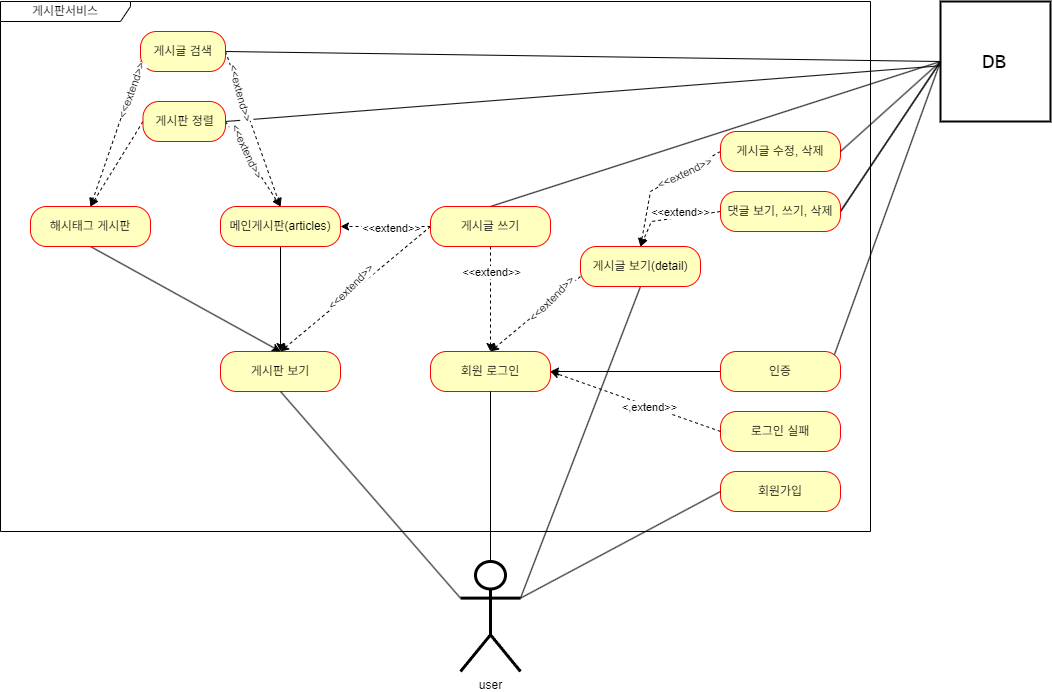
Before: document/use-case.png, a diagram exported from draw.io (MJ0501/board). Source tidied: cells renumbered, new cells last; positions are measured from the earlier drawing's top-left corner, leaving out a move shared by most shapes. Its diagram source:
```xml
<mxGraphModel background="#FFFFFF">
  <root>
    <mxCell id="0" />
    <mxCell id="1" parent="0" />
    <mxCell id="2" value="user" style="shape=umlActor;verticalLabelPosition=bottom;verticalAlign=top;html=1;direction=east;strokeWidth=3;" parent="1" vertex="1">
      <mxGeometry x="460" y="560" width="60" height="110" as="geometry" />
    </mxCell>
    <mxCell id="3" value="게시판서비스" style="shape=umlFrame;whiteSpace=wrap;html=1;width=130;height=20;labelBackgroundColor=default;swimlaneFillColor=#FFFFFF;" parent="1" vertex="1">
      <mxGeometry width="870" height="530" as="geometry" />
    </mxCell>
    <mxCell id="4" value="&lt;font face=&quot;Lucida Console&quot; style=&quot;font-size: 21px;&quot;&gt;DB&lt;/font&gt;" style="html=1;whiteSpace=wrap;strokeWidth=2;" parent="1" vertex="1">
      <mxGeometry x="940" width="110" height="120" as="geometry" />
    </mxCell>
    <mxCell id="5" value="회원가입" style="rounded=1;whiteSpace=wrap;html=1;arcSize=40;fontColor=#000000;fillColor=#ffffc0;strokeColor=#ff0000;" parent="1" vertex="1">
      <mxGeometry x="720" y="470" width="120" height="40" as="geometry" />
    </mxCell>
    <mxCell id="6" style="rounded=0;jettySize=auto;html=1;exitX=0.5;exitY=1;exitDx=0;exitDy=0;entryX=0.5;entryY=0;entryDx=0;entryDy=0;dashed=1;" parent="1" edge="1" source="49" target="13">
      <mxGeometry relative="1" as="geometry" />
    </mxCell>
    <mxCell id="7" value="&amp;lt;&amp;lt;extend&amp;gt;&amp;gt;" style="edgeLabel;html=1;align=center;verticalAlign=middle;" parent="6" vertex="1">
      <mxGeometry x="-0.08" relative="1" as="geometry">
        <mxPoint y="-23" as="offset" />
      </mxGeometry>
    </mxCell>
    <mxCell id="8" value="게시판 보기" style="rounded=1;whiteSpace=wrap;html=1;arcSize=40;fontColor=#000000;fillColor=#ffffc0;strokeColor=#ff0000;" parent="1" vertex="1">
      <mxGeometry x="220" y="350" width="120" height="40" as="geometry" />
    </mxCell>
    <mxCell id="9" style="rounded=0;jettySize=auto;html=1;endArrow=none;endFill=0;entryX=1;entryY=0.3333333333333333;entryDx=0;entryDy=0;entryPerimeter=0;exitX=0.5;exitY=1;exitDx=0;exitDy=0;" parent="1" edge="1" source="12" target="2">
      <mxGeometry relative="1" as="geometry" />
    </mxCell>
    <mxCell id="10" style="rounded=0;jettySize=auto;html=1;exitX=0;exitY=0.75;exitDx=0;exitDy=0;entryX=0.5;entryY=0;entryDx=0;entryDy=0;dashed=1;" parent="1" edge="1" source="12" target="13">
      <mxGeometry relative="1" as="geometry" />
    </mxCell>
    <mxCell id="11" value="&amp;lt;&amp;lt;extend&amp;gt;&amp;gt;" style="edgeLabel;html=1;align=center;verticalAlign=middle;rotation=-45;" parent="10" vertex="1">
      <mxGeometry x="-0.62" y="2" relative="1" as="geometry">
        <mxPoint x="-14" y="7" as="offset" />
      </mxGeometry>
    </mxCell>
    <mxCell id="12" value="게시글 보기(detail)" style="rounded=1;whiteSpace=wrap;html=1;arcSize=40;fontColor=#000000;fillColor=#ffffc0;strokeColor=#ff0000;" parent="1" vertex="1">
      <mxGeometry x="580" y="245" width="120" height="40" as="geometry" />
    </mxCell>
    <mxCell id="13" value="회원 로그인" style="rounded=1;whiteSpace=wrap;html=1;arcSize=40;fontColor=#000000;fillColor=#ffffc0;strokeColor=#ff0000;" parent="1" vertex="1">
      <mxGeometry x="430" y="350" width="120" height="40" as="geometry" />
    </mxCell>
    <mxCell id="14" style="edgeStyle=orthogonalEdgeStyle;rounded=0;jettySize=auto;html=1;entryX=1;entryY=0.5;entryDx=0;entryDy=0;" parent="1" edge="1" source="15" target="13">
      <mxGeometry relative="1" as="geometry" />
    </mxCell>
    <mxCell id="15" value="인증" style="rounded=1;whiteSpace=wrap;html=1;arcSize=40;fontColor=#000000;fillColor=#ffffc0;strokeColor=#ff0000;" parent="1" vertex="1">
      <mxGeometry x="720" y="350" width="120" height="40" as="geometry" />
    </mxCell>
    <mxCell id="16" style="rounded=0;jettySize=auto;html=1;exitX=0.95;exitY=0.075;exitDx=0;exitDy=0;entryX=0;entryY=0.5;entryDx=0;entryDy=0;endArrow=none;endFill=0;exitPerimeter=0;" parent="1" edge="1" source="15" target="4">
      <mxGeometry relative="1" as="geometry" />
    </mxCell>
    <mxCell id="17" value="로그인 실패" style="rounded=1;whiteSpace=wrap;html=1;arcSize=40;fontColor=#000000;fillColor=#ffffc0;strokeColor=#ff0000;" parent="1" vertex="1">
      <mxGeometry x="720" y="410" width="120" height="40" as="geometry" />
    </mxCell>
    <mxCell id="18" style="endArrow=none;html=1;rounded=0;exitX=0;exitY=0.5;exitDx=0;exitDy=0;entryX=1;entryY=0.3333333333333333;entryDx=0;entryDy=0;entryPerimeter=0;" parent="1" edge="1" source="5" target="2">
      <mxGeometry relative="1" as="geometry" />
    </mxCell>
    <mxCell id="19" style="rounded=0;jettySize=auto;html=1;exitX=0;exitY=0.5;exitDx=0;exitDy=0;dashed=1;entryX=1;entryY=0.5;entryDx=0;entryDy=0;" parent="1" edge="1" source="17" target="13">
      <mxGeometry relative="1" as="geometry" />
    </mxCell>
    <mxCell id="20" value="&amp;lt;,extend&amp;gt;&amp;gt;" style="edgeLabel;html=1;align=center;verticalAlign=middle;" parent="19" vertex="1">
      <mxGeometry x="-0.14" y="1" relative="1" as="geometry">
        <mxPoint x="1" as="offset" />
      </mxGeometry>
    </mxCell>
    <mxCell id="21" style="rounded=0;jettySize=auto;html=1;endArrow=none;endFill=0;entryX=0.5;entryY=0;entryDx=0;entryDy=0;entryPerimeter=0;" parent="1" edge="1" source="13" target="2">
      <mxGeometry relative="1" as="geometry" />
    </mxCell>
    <mxCell id="22" style="rounded=0;jettySize=auto;html=1;entryX=0;entryY=0.3333333333333333;entryDx=0;entryDy=0;entryPerimeter=0;endArrow=none;endFill=0;" parent="1" edge="1" target="2">
      <mxGeometry relative="1" as="geometry">
        <mxPoint x="280" y="390" as="sourcePoint" />
      </mxGeometry>
    </mxCell>
    <mxCell id="23" style="rounded=0;jettySize=auto;html=1;entryX=0.5;entryY=0;entryDx=0;entryDy=0;exitX=0.5;exitY=1;exitDx=0;exitDy=0;" parent="1" edge="1" source="24" target="8">
      <mxGeometry relative="1" as="geometry" />
    </mxCell>
    <mxCell id="24" value="해시태그 게시판" style="rounded=1;whiteSpace=wrap;html=1;arcSize=40;fontColor=#000000;fillColor=#ffffc0;strokeColor=#ff0000;" parent="1" vertex="1">
      <mxGeometry x="30" y="205" width="120" height="40" as="geometry" />
    </mxCell>
    <mxCell id="25" style="rounded=0;jettySize=auto;html=1;exitX=0.5;exitY=1;exitDx=0;exitDy=0;entryX=0.5;entryY=0;entryDx=0;entryDy=0;" parent="1" edge="1" source="26" target="8">
      <mxGeometry relative="1" as="geometry" />
    </mxCell>
    <mxCell id="26" value="메인게시판(articles)" style="rounded=1;whiteSpace=wrap;html=1;arcSize=40;fontColor=#000000;fillColor=#ffffc0;strokeColor=#ff0000;" parent="1" vertex="1">
      <mxGeometry x="220" y="205" width="120" height="40" as="geometry" />
    </mxCell>
    <mxCell id="27" style="rounded=0;jettySize=auto;html=1;exitX=0;exitY=0.5;exitDx=0;exitDy=0;dashed=1;entryX=0.5;entryY=0;entryDx=0;entryDy=0;" parent="1" edge="1" source="43" target="12">
      <mxGeometry relative="1" as="geometry">
        <Array as="points">
          <mxPoint x="651" y="220" />
        </Array>
      </mxGeometry>
    </mxCell>
    <mxCell id="28" value="&amp;lt;&amp;lt;extend&amp;gt;&amp;gt;" style="edgeLabel;html=1;align=center;verticalAlign=middle;" parent="27" vertex="1">
      <mxGeometry x="-0.1" y="1" relative="1" as="geometry">
        <mxPoint x="2" y="-7" as="offset" />
      </mxGeometry>
    </mxCell>
    <mxCell id="29" style="rounded=0;jettySize=auto;html=1;exitX=1;exitY=0.5;exitDx=0;exitDy=0;endArrow=none;endFill=0;entryX=0;entryY=0.5;entryDx=0;entryDy=0;" parent="1" edge="1" source="43" target="4">
      <mxGeometry relative="1" as="geometry" />
    </mxCell>
    <mxCell id="30" style="rounded=0;jettySize=auto;html=1;exitX=0;exitY=0.5;exitDx=0;exitDy=0;dashed=1;entryX=0.5;entryY=0;entryDx=0;entryDy=0;" parent="1" edge="1" source="32" target="12">
      <mxGeometry relative="1" as="geometry">
        <Array as="points">
          <mxPoint x="650" y="190" />
        </Array>
      </mxGeometry>
    </mxCell>
    <mxCell id="31" value="&amp;lt;&amp;lt;extend&amp;gt;&amp;gt;" style="edgeLabel;html=1;align=center;verticalAlign=middle;rotation=-25;" parent="30" vertex="1">
      <mxGeometry x="-0.38" relative="1" as="geometry">
        <mxPoint x="1" as="offset" />
      </mxGeometry>
    </mxCell>
    <mxCell id="32" value="게시글 수정, 삭제" style="rounded=1;whiteSpace=wrap;html=1;arcSize=40;fontColor=#000000;fillColor=#ffffc0;strokeColor=#ff0000;" parent="1" vertex="1">
      <mxGeometry x="720" y="130" width="120" height="40" as="geometry" />
    </mxCell>
    <mxCell id="33" style="rounded=0;jettySize=auto;html=1;exitX=1;exitY=0.5;exitDx=0;exitDy=0;entryX=0;entryY=0.5;entryDx=0;entryDy=0;endArrow=none;endFill=0;" parent="1" edge="1" source="32" target="4">
      <mxGeometry relative="1" as="geometry" />
    </mxCell>
    <mxCell id="34" style="rounded=0;jettySize=auto;html=1;exitX=1;exitY=0.5;exitDx=0;exitDy=0;entryX=0.5;entryY=0;entryDx=0;entryDy=0;dashed=1;" parent="1" edge="1" source="52" target="26">
      <mxGeometry relative="1" as="geometry" />
    </mxCell>
    <mxCell id="35" value="&amp;lt;&amp;lt;extend&amp;gt;&amp;gt;" style="edgeLabel;html=1;align=center;verticalAlign=middle;rotation=65;" parent="34" vertex="1">
      <mxGeometry x="0.12" y="2" relative="1" as="geometry">
        <mxPoint x="-11" y="-17" as="offset" />
      </mxGeometry>
    </mxCell>
    <mxCell id="36" style="rounded=0;jettySize=auto;html=1;endArrow=none;endFill=0;exitX=1;exitY=0.5;exitDx=0;exitDy=0;" parent="1" edge="1" source="52" target="4">
      <mxGeometry relative="1" as="geometry" />
    </mxCell>
    <mxCell id="37" style="rounded=0;jettySize=auto;html=1;dashed=1;entryX=0.5;entryY=0;entryDx=0;entryDy=0;exitX=1;exitY=0.5;exitDx=0;exitDy=0;" parent="1" edge="1" source="41" target="26">
      <mxGeometry relative="1" as="geometry" />
    </mxCell>
    <mxCell id="38" value="&amp;lt;&amp;lt;extend&amp;gt;&amp;gt;" style="edgeLabel;html=1;align=center;verticalAlign=middle;rotation=75;" parent="37" vertex="1">
      <mxGeometry x="-0.02" y="2" relative="1" as="geometry">
        <mxPoint x="-14" y="-35" as="offset" />
      </mxGeometry>
    </mxCell>
    <mxCell id="39" style="rounded=0;jettySize=auto;html=1;dashed=1;exitX=0;exitY=0.5;exitDx=0;exitDy=0;entryX=0.5;entryY=0;entryDx=0;entryDy=0;" parent="1" edge="1" source="52" target="24">
      <mxGeometry relative="1" as="geometry" />
    </mxCell>
    <mxCell id="40" style="rounded=0;jettySize=auto;html=1;exitX=1;exitY=0.5;exitDx=0;exitDy=0;entryX=0;entryY=0.5;entryDx=0;entryDy=0;endArrow=none;endFill=0;" parent="1" edge="1" source="41" target="4">
      <mxGeometry relative="1" as="geometry" />
    </mxCell>
    <mxCell id="41" value="게시글 검색" style="rounded=1;whiteSpace=wrap;html=1;arcSize=40;fontColor=#000000;fillColor=#ffffc0;strokeColor=#ff0000;" parent="1" vertex="1">
      <mxGeometry x="140" y="30" width="85" height="40" as="geometry" />
    </mxCell>
    <mxCell id="42" style="rounded=0;jettySize=auto;html=1;exitX=0;exitY=0.5;exitDx=0;exitDy=0;endArrow=none;endFill=0;entryX=1;entryY=0.5;entryDx=0;entryDy=0;" parent="1" edge="1" source="4" target="43">
      <mxGeometry relative="1" as="geometry" />
    </mxCell>
    <mxCell id="43" value="댓글 보기, 쓰기, 삭제" style="rounded=1;whiteSpace=wrap;html=1;arcSize=40;fontColor=#000000;fillColor=#ffffc0;strokeColor=#ff0000;" parent="1" vertex="1">
      <mxGeometry x="720" y="190" width="120" height="40" as="geometry" />
    </mxCell>
    <mxCell id="44" style="rounded=0;jettySize=auto;html=1;dashed=1;" parent="1" edge="1" source="49" target="26">
      <mxGeometry relative="1" as="geometry" />
    </mxCell>
    <mxCell id="45" value="&amp;lt;&amp;lt;extend&amp;gt;&amp;gt;" style="edgeLabel;html=1;align=center;verticalAlign=middle;" parent="44" vertex="1">
      <mxGeometry x="-0.06" y="2" relative="1" as="geometry">
        <mxPoint x="2" y="-1" as="offset" />
      </mxGeometry>
    </mxCell>
    <mxCell id="46" style="rounded=0;jettySize=auto;html=1;exitX=0.5;exitY=0;exitDx=0;exitDy=0;entryX=0;entryY=0.5;entryDx=0;entryDy=0;endArrow=none;endFill=0;" parent="1" edge="1" source="49" target="4">
      <mxGeometry relative="1" as="geometry" />
    </mxCell>
    <mxCell id="47" style="rounded=0;jettySize=auto;html=1;exitX=0;exitY=0.5;exitDx=0;exitDy=0;entryX=0.5;entryY=0;entryDx=0;entryDy=0;dashed=1;" parent="1" edge="1" source="49" target="8">
      <mxGeometry relative="1" as="geometry" />
    </mxCell>
    <mxCell id="48" value="&amp;lt;&amp;lt;extend&amp;gt;&amp;gt;" style="edgeLabel;html=1;align=center;verticalAlign=middle;rotation=-45;" parent="47" vertex="1">
      <mxGeometry x="-0.25" y="1" relative="1" as="geometry">
        <mxPoint x="-25" y="13" as="offset" />
      </mxGeometry>
    </mxCell>
    <mxCell id="49" value="게시글 쓰기" style="rounded=1;whiteSpace=wrap;html=1;arcSize=40;fontColor=#000000;fillColor=#ffffc0;strokeColor=#ff0000;" parent="1" vertex="1">
      <mxGeometry x="430" y="205" width="120" height="40" as="geometry" />
    </mxCell>
    <mxCell id="50" style="rounded=0;jettySize=auto;html=1;dashed=1;exitX=0;exitY=0.75;exitDx=0;exitDy=0;entryX=0.5;entryY=0;entryDx=0;entryDy=0;" parent="1" edge="1" source="41" target="24">
      <mxGeometry relative="1" as="geometry" />
    </mxCell>
    <mxCell id="51" value="&amp;lt;&amp;lt;extend&amp;gt;&amp;gt;" style="edgeLabel;html=1;align=center;verticalAlign=middle;rotation=-70;" parent="50" vertex="1">
      <mxGeometry x="-0.09" y="2" relative="1" as="geometry">
        <mxPoint x="11" y="-37" as="offset" />
      </mxGeometry>
    </mxCell>
    <mxCell id="52" value="게시판 정렬" style="rounded=1;whiteSpace=wrap;html=1;arcSize=40;fontColor=#000000;fillColor=#ffffc0;strokeColor=#ff0000;" parent="1" vertex="1">
      <mxGeometry x="142.5" y="100" width="82.5" height="40" as="geometry" />
    </mxCell>
  </root>
</mxGraphModel>
```
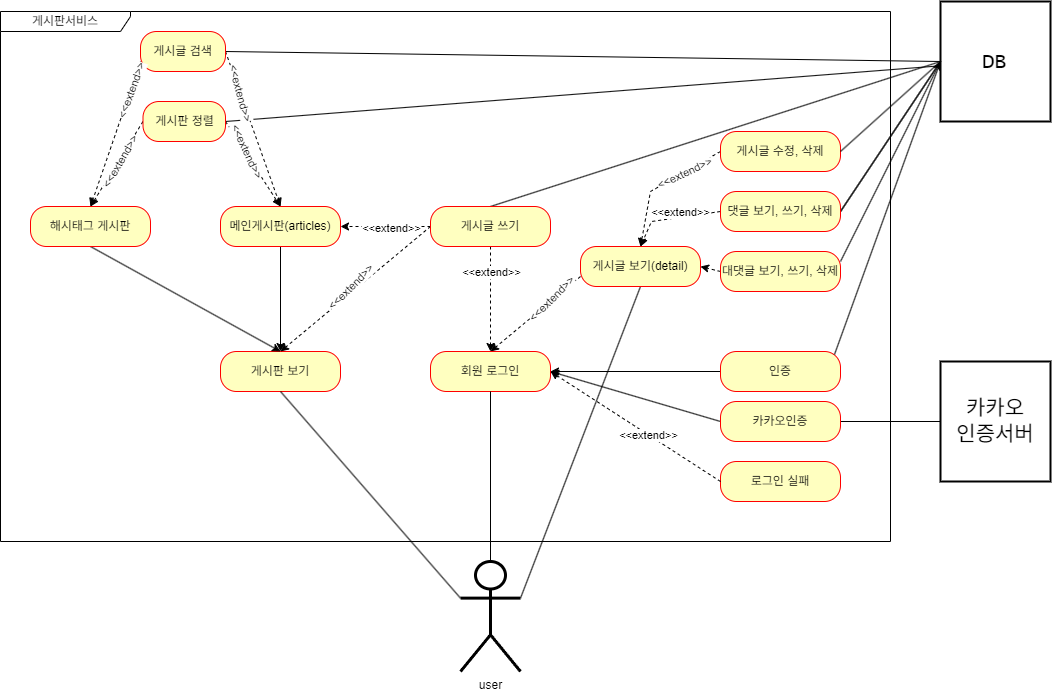
Above is the later version.

The edit, as a diff of the source:
```diff
@@ -6,14 +6,11 @@
       <mxGeometry x="460" y="560" width="60" height="110" as="geometry" />
     </mxCell>
     <mxCell id="3" value="게시판서비스" style="shape=umlFrame;whiteSpace=wrap;html=1;width=130;height=20;labelBackgroundColor=default;swimlaneFillColor=#FFFFFF;" parent="1" vertex="1">
-      <mxGeometry width="870" height="530" as="geometry" />
+      <mxGeometry y="10" width="890" height="530" as="geometry" />
     </mxCell>
     <mxCell id="4" value="&lt;font face=&quot;Lucida Console&quot; style=&quot;font-size: 21px;&quot;&gt;DB&lt;/font&gt;" style="html=1;whiteSpace=wrap;strokeWidth=2;" parent="1" vertex="1">
       <mxGeometry x="940" width="110" height="120" as="geometry" />
     </mxCell>
-    <mxCell id="5" value="회원가입" style="rounded=1;whiteSpace=wrap;html=1;arcSize=40;fontColor=#000000;fillColor=#ffffc0;strokeColor=#ff0000;" parent="1" vertex="1">
-      <mxGeometry x="720" y="470" width="120" height="40" as="geometry" />
-    </mxCell>
     <mxCell id="6" style="rounded=0;jettySize=auto;html=1;exitX=0.5;exitY=1;exitDx=0;exitDy=0;entryX=0.5;entryY=0;entryDx=0;entryDy=0;dashed=1;" parent="1" edge="1" source="49" target="13">
       <mxGeometry relative="1" as="geometry" />
     </mxCell>
@@ -42,9 +39,11 @@
     <mxCell id="13" value="회원 로그인" style="rounded=1;whiteSpace=wrap;html=1;arcSize=40;fontColor=#000000;fillColor=#ffffc0;strokeColor=#ff0000;" parent="1" vertex="1">
       <mxGeometry x="430" y="350" width="120" height="40" as="geometry" />
     </mxCell>
-    <mxCell id="14" style="edgeStyle=orthogonalEdgeStyle;rounded=0;jettySize=auto;html=1;entryX=1;entryY=0.5;entryDx=0;entryDy=0;" parent="1" edge="1" source="15" target="13">
-      <mxGeometry relative="1" as="geometry" />
-    </mxCell>
+    <mxCell id="53" style="edgeStyle=orthogonalEdgeStyle;rounded=0;jettySize=auto;html=1;" parent="1" edge="1" source="15">
+      <mxGeometry relative="1" as="geometry">
+        <mxPoint x="550" y="370" as="targetPoint" />
+      </mxGeometry>
+    </mxCell>
     <mxCell id="15" value="인증" style="rounded=1;whiteSpace=wrap;html=1;arcSize=40;fontColor=#000000;fillColor=#ffffc0;strokeColor=#ff0000;" parent="1" vertex="1">
       <mxGeometry x="720" y="350" width="120" height="40" as="geometry" />
     </mxCell>
@@ -52,15 +51,12 @@
       <mxGeometry relative="1" as="geometry" />
     </mxCell>
     <mxCell id="17" value="로그인 실패" style="rounded=1;whiteSpace=wrap;html=1;arcSize=40;fontColor=#000000;fillColor=#ffffc0;strokeColor=#ff0000;" parent="1" vertex="1">
-      <mxGeometry x="720" y="410" width="120" height="40" as="geometry" />
+      <mxGeometry x="720" y="460" width="120" height="40" as="geometry" />
     </mxCell>
-    <mxCell id="18" style="endArrow=none;html=1;rounded=0;exitX=0;exitY=0.5;exitDx=0;exitDy=0;entryX=1;entryY=0.3333333333333333;entryDx=0;entryDy=0;entryPerimeter=0;" parent="1" edge="1" source="5" target="2">
-      <mxGeometry relative="1" as="geometry" />
-    </mxCell>
     <mxCell id="19" style="rounded=0;jettySize=auto;html=1;exitX=0;exitY=0.5;exitDx=0;exitDy=0;dashed=1;entryX=1;entryY=0.5;entryDx=0;entryDy=0;" parent="1" edge="1" source="17" target="13">
       <mxGeometry relative="1" as="geometry" />
     </mxCell>
-    <mxCell id="20" value="&amp;lt;,extend&amp;gt;&amp;gt;" style="edgeLabel;html=1;align=center;verticalAlign=middle;" parent="19" vertex="1">
+    <mxCell id="20" value="&amp;lt;&amp;lt;extend&amp;gt;&amp;gt;" style="edgeLabel;html=1;align=center;verticalAlign=middle;" parent="19" vertex="1">
       <mxGeometry x="-0.14" y="1" relative="1" as="geometry">
         <mxPoint x="1" as="offset" />
       </mxGeometry>
@@ -140,6 +136,11 @@
     <mxCell id="39" style="rounded=0;jettySize=auto;html=1;dashed=1;exitX=0;exitY=0.5;exitDx=0;exitDy=0;entryX=0.5;entryY=0;entryDx=0;entryDy=0;" parent="1" edge="1" source="52" target="24">
       <mxGeometry relative="1" as="geometry" />
     </mxCell>
+    <mxCell id="54" value="&amp;lt;&amp;lt;extend&amp;gt;&amp;gt;" style="edgeLabel;html=1;align=center;verticalAlign=middle;rotation=-60;" parent="39" vertex="1">
+      <mxGeometry x="0.15" y="2" relative="1" as="geometry">
+        <mxPoint x="6" y="-10" as="offset" />
+      </mxGeometry>
+    </mxCell>
     <mxCell id="40" style="rounded=0;jettySize=auto;html=1;exitX=1;exitY=0.5;exitDx=0;exitDy=0;entryX=0;entryY=0.5;entryDx=0;entryDy=0;endArrow=none;endFill=0;" parent="1" edge="1" source="41" target="4">
       <mxGeometry relative="1" as="geometry" />
     </mxCell>
@@ -185,5 +186,28 @@
     <mxCell id="52" value="게시판 정렬" style="rounded=1;whiteSpace=wrap;html=1;arcSize=40;fontColor=#000000;fillColor=#ffffc0;strokeColor=#ff0000;" parent="1" vertex="1">
       <mxGeometry x="142.5" y="100" width="82.5" height="40" as="geometry" />
     </mxCell>
+    <mxCell id="55" style="rounded=0;jettySize=auto;html=1;exitX=1;exitY=0.25;exitDx=0;exitDy=0;" parent="1" edge="1" source="57">
+      <mxGeometry relative="1" as="geometry">
+        <mxPoint x="940" y="60" as="targetPoint" />
+      </mxGeometry>
+    </mxCell>
+    <mxCell id="56" style="rounded=0;jettySize=auto;html=1;exitX=0;exitY=0.5;exitDx=0;exitDy=0;entryX=1;entryY=0.5;entryDx=0;entryDy=0;dashed=1;" parent="1" edge="1" source="57" target="12">
+      <mxGeometry relative="1" as="geometry" />
+    </mxCell>
+    <mxCell id="57" value="대댓글 보기, 쓰기, 삭제" style="rounded=1;whiteSpace=wrap;html=1;arcSize=40;fontColor=#000000;fillColor=#ffffc0;strokeColor=#ff0000;" parent="1" vertex="1">
+      <mxGeometry x="720" y="250" width="120" height="40" as="geometry" />
+    </mxCell>
+    <mxCell id="58" style="rounded=0;jettySize=auto;html=1;exitX=0;exitY=0.5;exitDx=0;exitDy=0;entryX=1;entryY=0.5;entryDx=0;entryDy=0;" parent="1" edge="1" source="60" target="13">
+      <mxGeometry relative="1" as="geometry" />
+    </mxCell>
+    <mxCell id="59" style="edgeStyle=orthogonalEdgeStyle;rounded=0;jettySize=auto;html=1;exitX=1;exitY=0.5;exitDx=0;exitDy=0;endArrow=none;endFill=0;entryX=0;entryY=0.5;entryDx=0;entryDy=0;" parent="1" edge="1" source="60" target="61">
+      <mxGeometry relative="1" as="geometry" />
+    </mxCell>
+    <mxCell id="60" value="카카오인증" style="rounded=1;whiteSpace=wrap;html=1;arcSize=40;fontColor=#000000;fillColor=#ffffc0;strokeColor=#ff0000;" parent="1" vertex="1">
+      <mxGeometry x="720" y="400" width="120" height="40" as="geometry" />
+    </mxCell>
+    <mxCell id="61" value="&lt;font face=&quot;Lucida Console&quot;&gt;&lt;span style=&quot;font-size: 21px;&quot;&gt;카카오&lt;/span&gt;&lt;/font&gt;&lt;div&gt;&lt;font face=&quot;Lucida Console&quot;&gt;&lt;span style=&quot;font-size: 21px;&quot;&gt;인증서버&lt;/span&gt;&lt;/font&gt;&lt;/div&gt;" style="html=1;whiteSpace=wrap;strokeWidth=2;" parent="1" vertex="1">
+      <mxGeometry x="940" y="360" width="110" height="120" as="geometry" />
+    </mxCell>
   </root>
 </mxGraphModel>
```
